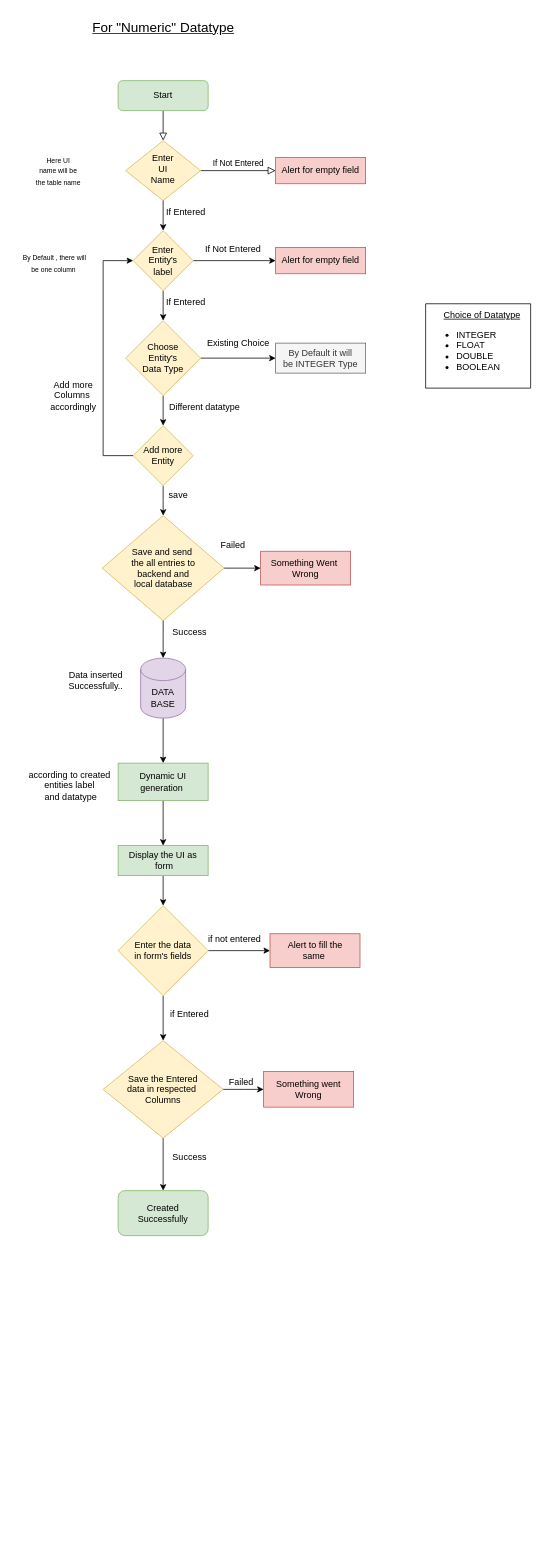
Above: DatabaseCreation.drawio in MohitThakur001/FlowCharts (draw.io), before the change. Source tidied: cells renumbered, new cells numbered last; positions are measured from the earlier drawing's top-left corner, leaving out a move shared by most shapes. Both pictures are drawn from the tidied source at 75%, with x=0, y=0 at pixel (13, 13).
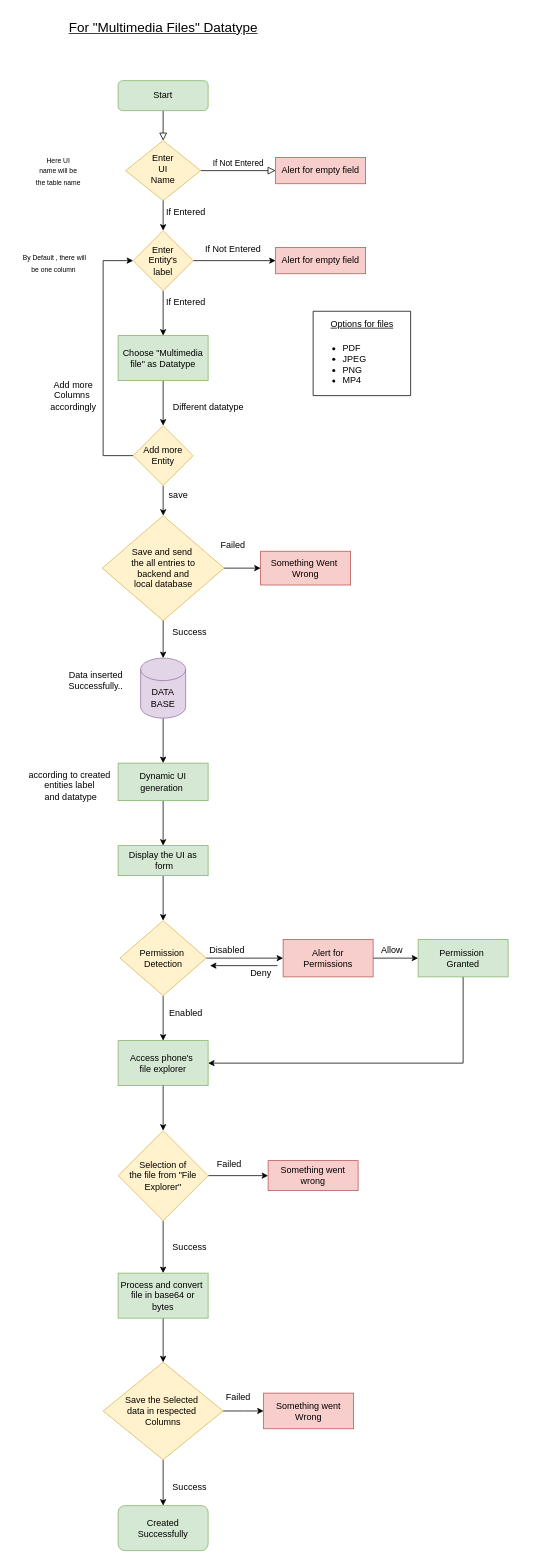
The same page after the edit.

Unchanged cells that the change refers to:
```xml
<mxCell id="10" value="Enter &lt;br&gt;Entity's&lt;br&gt;label" style="rhombus;whiteSpace=wrap;html=1;fillColor=#fff2cc;strokeColor=#d6b656;" parent="1" vertex="1">
  <mxGeometry x="160" y="290" width="80" height="80" as="geometry" />
</mxCell>
<mxCell id="23" value="Add more&lt;br&gt;Entity" style="rhombus;whiteSpace=wrap;html=1;fillColor=#fff2cc;strokeColor=#d6b656;" parent="1" vertex="1">
  <mxGeometry x="160" y="550" width="80" height="80" as="geometry" />
</mxCell>
<mxCell id="40" value="Display the UI as&lt;br&gt;&amp;nbsp;form" style="whiteSpace=wrap;html=1;fillColor=#d5e8d4;strokeColor=#82b366;" parent="1" vertex="1">
  <mxGeometry x="140" y="1110" width="120" height="40" as="geometry" />
</mxCell>
```

Change to the diagram source:
```diff
@@
-    <mxCell id="9" style="edgeStyle=orthogonalEdgeStyle;rounded=0;jettySize=auto;html=1;" parent="1" edge="1" source="10" target="17">
+    <mxCell id="9" style="edgeStyle=orthogonalEdgeStyle;rounded=0;jettySize=auto;html=1;entryX=0.5;entryY=0;entryDx=0;entryDy=0;" parent="1" edge="1" source="10" target="62">
       <mxGeometry relative="1" as="geometry" />
     </mxCell>
@@
-    <mxCell id="15" style="edgeStyle=orthogonalEdgeStyle;rounded=0;jettySize=auto;html=1;" parent="1" edge="1" source="17" target="19">
-      <mxGeometry relative="1" as="geometry" />
-    </mxCell>
-    <mxCell id="16" style="edgeStyle=orthogonalEdgeStyle;rounded=0;jettySize=auto;html=1;entryX=0.5;entryY=0;entryDx=0;entryDy=0;" parent="1" edge="1" source="17" target="23">
+    <mxCell id="16" style="edgeStyle=orthogonalEdgeStyle;rounded=0;jettySize=auto;html=1;entryX=0.5;entryY=0;entryDx=0;entryDy=0;exitX=0.5;exitY=1;exitDx=0;exitDy=0;" parent="1" edge="1" source="62" target="23">
       <mxGeometry relative="1" as="geometry" />
     </mxCell>
-    <mxCell id="17" value="Choose&lt;br&gt;Entity's&lt;br&gt;Data Type" style="rhombus;whiteSpace=wrap;html=1;fillColor=#fff2cc;strokeColor=#d6b656;" parent="1" vertex="1">
-      <mxGeometry x="150" y="410" width="100" height="100" as="geometry" />
-    </mxCell>
@@
-    <mxCell id="19" value="By Default it will be&amp;nbsp;INTEGER Type" style="whiteSpace=wrap;html=1;fillColor=#f5f5f5;strokeColor=#666666;fontColor=#333333;" parent="1" vertex="1">
-      <mxGeometry x="350" y="440" width="120" height="40" as="geometry" />
-    </mxCell>
-    <mxCell id="20" value="Existing Choice" style="text;html=1;align=center;verticalAlign=middle;strokeColor=none;fillColor=none;" parent="1" vertex="1">
-      <mxGeometry x="245" y="425" width="110" height="30" as="geometry" />
-    </mxCell>
     <mxCell id="21" value="Different datatype" style="text;html=1;align=center;verticalAlign=middle;strokeColor=none;fillColor=none;" parent="1" vertex="1">
-      <mxGeometry x="195" y="510" width="120" height="30" as="geometry" />
+      <mxGeometry x="200" y="510" width="120" height="30" as="geometry" />
     </mxCell>
@@
-    <mxCell id="39" style="edgeStyle=orthogonalEdgeStyle;rounded=0;jettySize=auto;html=1;entryX=0.5;entryY=0;entryDx=0;entryDy=0;" parent="1" edge="1" source="40" target="43">
-      <mxGeometry relative="1" as="geometry" />
-    </mxCell>
+    <mxCell id="60" style="edgeStyle=orthogonalEdgeStyle;rounded=0;jettySize=auto;html=1;entryX=0.5;entryY=0;entryDx=0;entryDy=0;" parent="1" edge="1" source="40" target="65">
+      <mxGeometry relative="1" as="geometry" />
+    </mxCell>
@@
-    <mxCell id="41" style="edgeStyle=orthogonalEdgeStyle;rounded=0;jettySize=auto;html=1;" parent="1" edge="1" source="43" target="44">
-      <mxGeometry relative="1" as="geometry" />
-    </mxCell>
-    <mxCell id="42" style="edgeStyle=orthogonalEdgeStyle;rounded=0;jettySize=auto;html=1;" parent="1" edge="1" source="43" target="48">
+    <mxCell id="42" style="edgeStyle=orthogonalEdgeStyle;rounded=0;jettySize=auto;html=1;entryX=0.5;entryY=0;entryDx=0;entryDy=0;" parent="1" edge="1" source="43" target="80">
       <mxGeometry relative="1" as="geometry" />
     </mxCell>
+    <mxCell id="61" style="edgeStyle=orthogonalEdgeStyle;rounded=0;jettySize=auto;html=1;" parent="1" edge="1" source="43" target="77">
+      <mxGeometry relative="1" as="geometry" />
+    </mxCell>
-    <mxCell id="43" value="Enter the data&lt;br&gt;in form's fields" style="rhombus;whiteSpace=wrap;html=1;fillColor=#fff2cc;strokeColor=#d6b656;" parent="1" vertex="1">
-      <mxGeometry x="140" y="1190" width="120" height="120" as="geometry" />
+    <mxCell id="43" value="Selection of &lt;br&gt;the file from &quot;File Explorer&quot;" style="rhombus;whiteSpace=wrap;html=1;fillColor=#fff2cc;strokeColor=#d6b656;" parent="1" vertex="1">
+      <mxGeometry x="140" y="1490" width="120" height="120" as="geometry" />
     </mxCell>
-    <mxCell id="44" value="Alert to fill the &lt;br&gt;same&amp;nbsp;" style="whiteSpace=wrap;html=1;fillColor=#f8cecc;strokeColor=#b85450;" parent="1" vertex="1">
-      <mxGeometry x="342.5" y="1227.5" width="120" height="45" as="geometry" />
-    </mxCell>
-    <mxCell id="45" value="if not entered" style="text;html=1;align=center;verticalAlign=middle;strokeColor=none;fillColor=none;" parent="1" vertex="1">
-      <mxGeometry x="250" y="1220" width="90" height="30" as="geometry" />
-    </mxCell>
@@
-    <mxCell id="48" value="Save the Entered &lt;br&gt;data in respected&amp;nbsp;&lt;br&gt;Columns" style="rhombus;whiteSpace=wrap;html=1;fillColor=#fff2cc;strokeColor=#d6b656;" parent="1" vertex="1">
-      <mxGeometry x="120" y="1370" width="160" height="130" as="geometry" />
+    <mxCell id="48" value="Save the Selected&amp;nbsp;&lt;br&gt;data in respected&amp;nbsp;&lt;br&gt;Columns" style="rhombus;whiteSpace=wrap;html=1;fillColor=#fff2cc;strokeColor=#d6b656;" parent="1" vertex="1">
+      <mxGeometry x="120" y="1798.8" width="160" height="130" as="geometry" />
     </mxCell>
-    <mxCell id="49" value="if Entered" style="text;html=1;align=center;verticalAlign=middle;strokeColor=none;fillColor=none;" parent="1" vertex="1">
-      <mxGeometry x="200" y="1320" width="70" height="30" as="geometry" />
+    <mxCell id="49" value="Success" style="text;html=1;align=center;verticalAlign=middle;strokeColor=none;fillColor=none;" parent="1" vertex="1">
+      <mxGeometry x="200" y="1630" width="70" height="30" as="geometry" />
     </mxCell>
     <mxCell id="50" value="Something went&lt;br&gt;Wrong" style="whiteSpace=wrap;html=1;fillColor=#f8cecc;strokeColor=#b85450;" parent="1" vertex="1">
-      <mxGeometry x="334" y="1411.2" width="120" height="47.5" as="geometry" />
+      <mxGeometry x="334" y="1840" width="120" height="47.5" as="geometry" />
     </mxCell>
     <mxCell id="51" value="Success" style="text;html=1;align=center;verticalAlign=middle;strokeColor=none;fillColor=none;" parent="1" vertex="1">
-      <mxGeometry x="200" y="1510" width="70" height="30" as="geometry" />
+      <mxGeometry x="200" y="1950" width="70" height="30" as="geometry" />
     </mxCell>
     <mxCell id="52" value="Failed" style="text;html=1;align=center;verticalAlign=middle;strokeColor=none;fillColor=none;" parent="1" vertex="1">
-      <mxGeometry x="274" y="1410" width="60" height="30" as="geometry" />
+      <mxGeometry x="270" y="1830" width="60" height="30" as="geometry" />
     </mxCell>
     <mxCell id="53" value="Created &lt;br&gt;Successfully" style="rounded=1;whiteSpace=wrap;html=1;fillColor=#d5e8d4;strokeColor=#82b366;" parent="1" vertex="1">
-      <mxGeometry x="140" y="1570" width="120" height="60" as="geometry" />
+      <mxGeometry x="140" y="1990" width="120" height="60" as="geometry" />
     </mxCell>
@@
     <mxCell id="55" style="swimlane;startSize=0;" parent="1" vertex="1">
-      <mxGeometry x="550" y="387.5" width="140" height="112.5" as="geometry" />
+      <mxGeometry x="400" y="397.5" width="130" height="112.5" as="geometry" />
     </mxCell>
-    <mxCell id="56" value="&lt;u&gt;Choice of Datatype&lt;/u&gt;" style="text;html=1;align=center;verticalAlign=middle;strokeColor=none;fillColor=none;" parent="55" vertex="1">
-      <mxGeometry x="10" width="130" height="30" as="geometry" />
-    </mxCell>
-    <mxCell id="57" value="&lt;ul&gt;&lt;li style=&quot;text-align: left;&quot;&gt;INTEGER&lt;br&gt;&lt;/li&gt;&lt;li style=&quot;text-align: left;&quot;&gt;FLOAT&lt;br&gt;&lt;/li&gt;&lt;li style=&quot;text-align: left;&quot;&gt;DOUBLE&lt;/li&gt;&lt;li style=&quot;text-align: left;&quot;&gt;BOOLEAN&lt;/li&gt;&lt;/ul&gt;" style="text;html=1;align=center;verticalAlign=middle;strokeColor=none;fillColor=none;" parent="55" vertex="1">
-      <mxGeometry x="-10" y="12.5" width="120" height="100" as="geometry" />
-    </mxCell>
@@
-    <mxCell id="59" value="&lt;font style=&quot;font-size: 18px;&quot;&gt;&lt;u&gt;For &quot;Numeric&quot; Datatype&lt;/u&gt;&lt;/font&gt;" style="text;html=1;align=center;verticalAlign=middle;strokeColor=none;fillColor=none;" parent="1" vertex="1">
-      <mxGeometry x="95" width="210" height="40" as="geometry" />
+    <mxCell id="59" value="&lt;font style=&quot;font-size: 18px;&quot;&gt;&lt;u&gt;For &quot;Multimedia Files&quot; Datatype&lt;/u&gt;&lt;/font&gt;" style="text;html=1;align=center;verticalAlign=middle;strokeColor=none;fillColor=none;" parent="1" vertex="1">
+      <mxGeometry x="60" width="280" height="40" as="geometry" />
     </mxCell>
+    <mxCell id="62" value="Choose &quot;Multimedia file&quot; as Datatype" style="rounded=0;whiteSpace=wrap;html=1;fillColor=#d5e8d4;strokeColor=#82b366;" parent="1" vertex="1">
+      <mxGeometry x="140" y="430" width="120" height="60" as="geometry" />
+    </mxCell>
+    <mxCell id="57" value="&lt;ul&gt;&lt;li style=&quot;text-align: left;&quot;&gt;PDF&lt;/li&gt;&lt;li style=&quot;text-align: left;&quot;&gt;JPEG&lt;/li&gt;&lt;li style=&quot;text-align: left;&quot;&gt;PNG&lt;/li&gt;&lt;li style=&quot;text-align: left;&quot;&gt;MP4&lt;/li&gt;&lt;/ul&gt;" style="text;html=1;align=center;verticalAlign=middle;strokeColor=none;fillColor=none;" parent="1" vertex="1">
+      <mxGeometry x="390" y="417.5" width="90" height="100" as="geometry" />
+    </mxCell>
+    <mxCell id="56" value="&lt;u&gt;Options for files&lt;/u&gt;" style="text;html=1;align=center;verticalAlign=middle;strokeColor=none;fillColor=none;" parent="1" vertex="1">
+      <mxGeometry x="410" y="400" width="110" height="30" as="geometry" />
+    </mxCell>
+    <mxCell id="63" style="edgeStyle=orthogonalEdgeStyle;rounded=0;jettySize=auto;html=1;" parent="1" edge="1" source="65" target="67">
+      <mxGeometry relative="1" as="geometry" />
+    </mxCell>
+    <mxCell id="64" style="edgeStyle=orthogonalEdgeStyle;rounded=0;jettySize=auto;html=1;" parent="1" edge="1" source="65" target="74">
+      <mxGeometry relative="1" as="geometry" />
+    </mxCell>
+    <mxCell id="65" value="Permission&amp;nbsp;&lt;br&gt;Detection" style="rhombus;whiteSpace=wrap;html=1;fillColor=#fff2cc;strokeColor=#d6b656;" parent="1" vertex="1">
+      <mxGeometry x="142.5" y="1210" width="115" height="100" as="geometry" />
+    </mxCell>
+    <mxCell id="66" style="edgeStyle=orthogonalEdgeStyle;rounded=0;jettySize=auto;html=1;" parent="1" edge="1" source="67" target="69">
+      <mxGeometry relative="1" as="geometry" />
+    </mxCell>
+    <mxCell id="67" value="Alert for &lt;br&gt;Permissions" style="whiteSpace=wrap;html=1;fillColor=#f8cecc;strokeColor=#b85450;" parent="1" vertex="1">
+      <mxGeometry x="360" y="1235" width="120" height="50" as="geometry" />
+    </mxCell>
+    <mxCell id="68" style="edgeStyle=orthogonalEdgeStyle;rounded=0;jettySize=auto;html=1;entryX=1;entryY=0.5;entryDx=0;entryDy=0;" parent="1" edge="1" source="69" target="74">
+      <mxGeometry relative="1" as="geometry">
+        <Array as="points">
+          <mxPoint x="600" y="1400" />
+        </Array>
+      </mxGeometry>
+    </mxCell>
+    <mxCell id="69" value="Permission&amp;nbsp;&lt;br&gt;Granted" style="whiteSpace=wrap;html=1;fillColor=#d5e8d4;strokeColor=#82b366;" parent="1" vertex="1">
+      <mxGeometry x="540" y="1235" width="120" height="50" as="geometry" />
+    </mxCell>
+    <mxCell id="70" value="Disabled" style="text;html=1;align=center;verticalAlign=middle;strokeColor=none;fillColor=none;" parent="1" vertex="1">
+      <mxGeometry x="250" y="1235" width="70" height="30" as="geometry" />
+    </mxCell>
+    <mxCell id="71" value="Deny" style="text;html=1;align=center;verticalAlign=middle;strokeColor=none;fillColor=none;" parent="1" vertex="1">
+      <mxGeometry x="305" y="1265" width="50" height="30" as="geometry" />
+    </mxCell>
+    <mxCell id="72" style="endArrow=classic;html=1;rounded=0;" parent="1" edge="1">
+      <mxGeometry relative="1" as="geometry">
+        <mxPoint x="352.5" y="1270" as="sourcePoint" />
+        <mxPoint x="262.5" y="1270" as="targetPoint" />
+      </mxGeometry>
+    </mxCell>
+    <mxCell id="73" value="Allow" style="text;html=1;align=center;verticalAlign=middle;strokeColor=none;fillColor=none;" parent="1" vertex="1">
+      <mxGeometry x="480" y="1235" width="50" height="30" as="geometry" />
+    </mxCell>
+    <mxCell id="74" value="Access phone's&amp;nbsp;&lt;br&gt;file explorer" style="whiteSpace=wrap;html=1;fillColor=#d5e8d4;strokeColor=#82b366;" parent="1" vertex="1">
+      <mxGeometry x="140" y="1370" width="120" height="60" as="geometry" />
+    </mxCell>
+    <mxCell id="75" style="endArrow=classic;html=1;rounded=0;entryX=0.5;entryY=0;entryDx=0;entryDy=0;exitX=0.5;exitY=1;exitDx=0;exitDy=0;" parent="1" edge="1" source="74" target="43">
+      <mxGeometry relative="1" as="geometry" />
+    </mxCell>
+    <mxCell id="76" value="Enabled" style="text;html=1;align=center;verticalAlign=middle;strokeColor=none;fillColor=none;" parent="1" vertex="1">
+      <mxGeometry x="195" y="1318" width="70" height="30" as="geometry" />
+    </mxCell>
+    <mxCell id="77" value="Something went wrong" style="whiteSpace=wrap;html=1;fillColor=#f8cecc;strokeColor=#b85450;" parent="1" vertex="1">
+      <mxGeometry x="340" y="1530" width="120" height="40" as="geometry" />
+    </mxCell>
+    <mxCell id="78" value="Failed" style="text;html=1;align=center;verticalAlign=middle;strokeColor=none;fillColor=none;" parent="1" vertex="1">
+      <mxGeometry x="257.5" y="1520" width="60" height="30" as="geometry" />
+    </mxCell>
+    <mxCell id="79" style="edgeStyle=orthogonalEdgeStyle;rounded=0;jettySize=auto;html=1;entryX=0.5;entryY=0;entryDx=0;entryDy=0;" parent="1" edge="1" source="80" target="48">
+      <mxGeometry relative="1" as="geometry" />
+    </mxCell>
+    <mxCell id="80" value="Process and convert&amp;nbsp;&lt;br&gt;file in base64 or &lt;br&gt;bytes" style="rounded=0;whiteSpace=wrap;html=1;fillColor=#d5e8d4;strokeColor=#82b366;" parent="1" vertex="1">
+      <mxGeometry x="140" y="1680" width="120" height="60" as="geometry" />
+    </mxCell>
```
